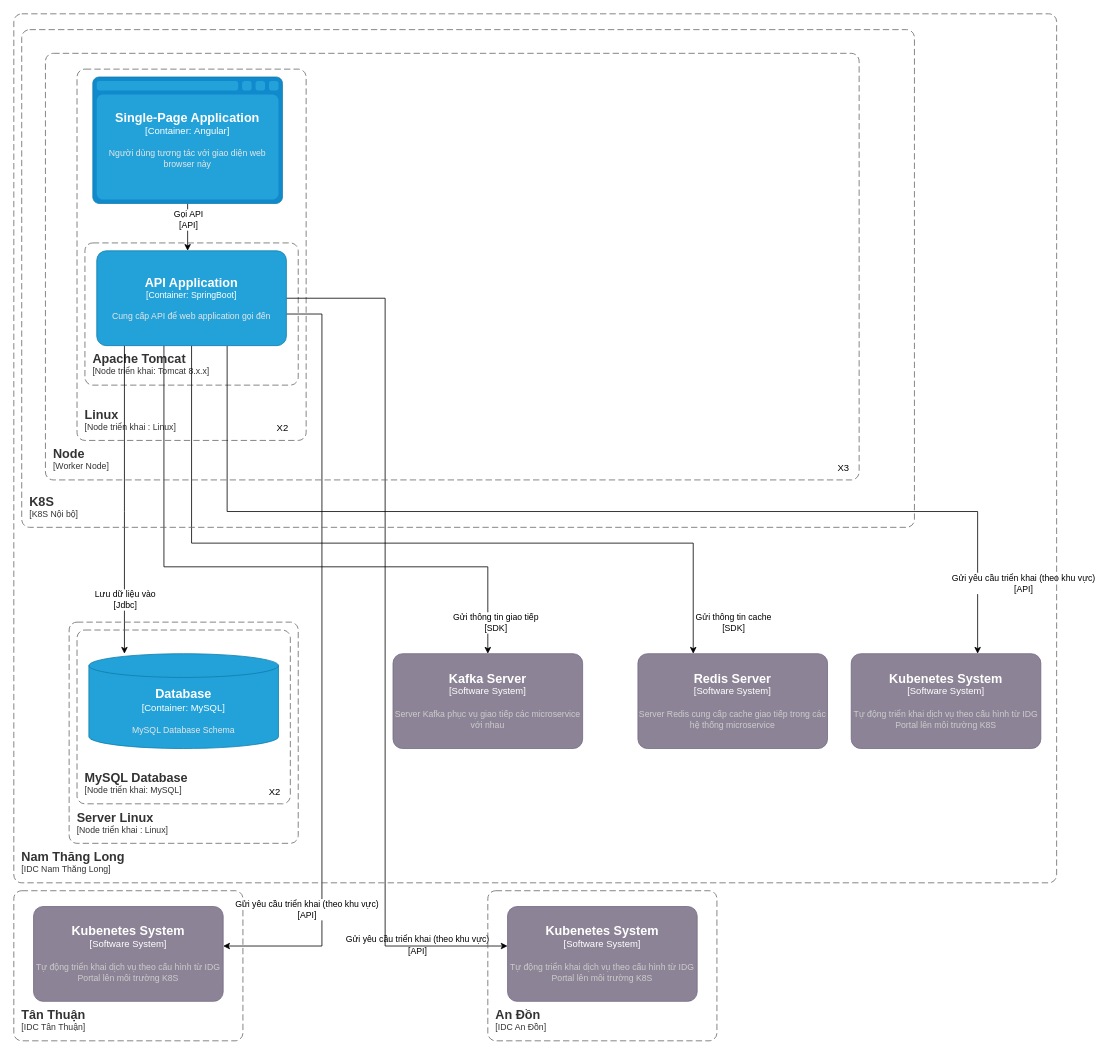
dangngocsoncntt/draw.io keeps this draw.io diagram as IdgPortal-Deployment.drawio. Above is the earlier version. Source tidied: cells renumbered, new cells numbered last; positions are measured from the earlier drawing's top-left corner, leaving out a move shared by most shapes. Both pictures are drawn from the tidied source at 79%, with x=0, y=0 at pixel (13, 13).
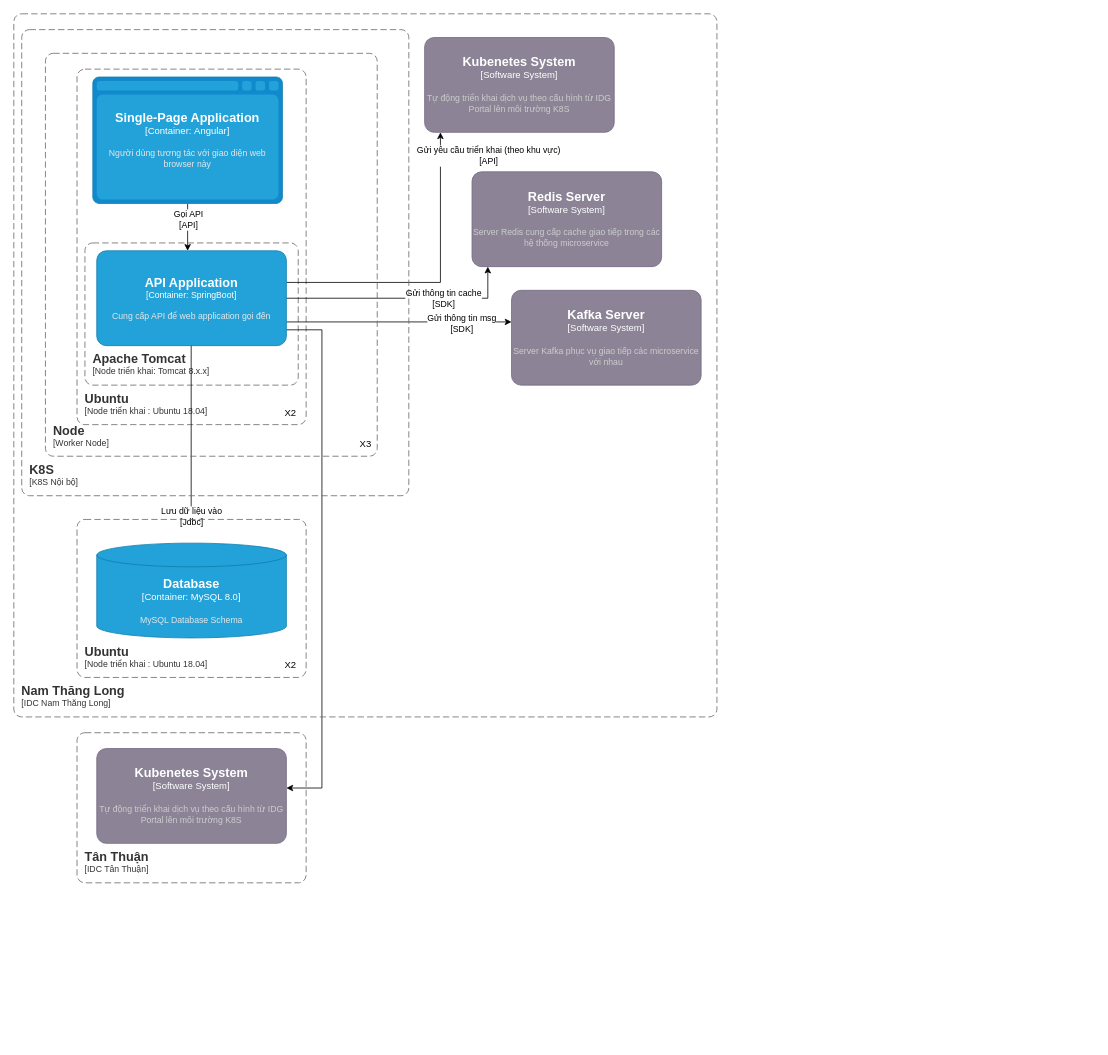
The same page after the edit.

The change refers to these unchanged cells:
```xml
<object id="19" label="&lt;font style=&quot;font-size: 16px&quot;&gt;&lt;b&gt;%c4Name%&lt;/b&gt;&lt;/font&gt;&lt;div&gt;[%c4Type%: %c4Technology%]&lt;/div&gt;&lt;br&gt;&lt;div&gt;&lt;font style=&quot;font-size: 11px&quot;&gt;&lt;font color=&quot;#E6E6E6&quot;&gt;%c4Description%&lt;/font&gt;&lt;/div&gt;" c4Description="Cung cấp API để web application gọi đến " c4Name="API Application" c4Technology="SpringBoot" c4Type="Container" placeholders="1">
  <mxCell style="rounded=1;whiteSpace=wrap;html=1;fontSize=11;labelBackgroundColor=none;fillColor=#23A2D9;fontColor=#ffffff;align=center;arcSize=10;strokeColor=#0E7DAD;points=[[0.25,0,0],[0.5,0,0],[0.75,0,0],[1,0.25,0],[1,0.5,0],[1,0.75,0],[0.75,1,0],[0.5,1,0],[0.25,1,0],[0,0.75,0],[0,0.5,0],[0,0.25,0]];" parent="1" vertex="1">
    <mxGeometry x="105" y="300" width="240" height="120" as="geometry" />
  </mxCell>
</object>
```

The edit, as a diff of the source:
```diff
@@
-    <object id="6" label="&lt;font style=&quot;font-size: 16px&quot;&gt;&lt;b&gt;&lt;div style=&quot;text-align: left&quot;&gt;%c4Name%&lt;/div&gt;&lt;/b&gt;&lt;/font&gt;&lt;div style=&quot;text-align: left&quot;&gt;[%c4Application%]&lt;/div&gt;" c4Application="Node triển khai : Linux" c4Name="Linux" placeholders="1">
+    <object id="6" label="&lt;font style=&quot;font-size: 16px&quot;&gt;&lt;b&gt;&lt;div style=&quot;text-align: left&quot;&gt;%c4Name%&lt;/div&gt;&lt;/b&gt;&lt;/font&gt;&lt;div style=&quot;text-align: left&quot;&gt;[%c4Application%]&lt;/div&gt;" c4Application="Node triển khai : Ubuntu 18.04" c4Name="Ubuntu" placeholders="1">
       <mxCell style="rounded=1;fontSize=11;whiteSpace=wrap;html=1;dashed=1;arcSize=20;fillColor=none;strokeColor=#666666;fontColor=#333333;labelBackgroundColor=none;align=left;verticalAlign=bottom;labelBorderColor=none;spacingTop=0;spacing=10;dashPattern=8 4;perimeter=rectanglePerimeter;noLabel=0;labelPadding=0;absoluteArcSize=1;" parent="1" vertex="1">
-        <mxGeometry x="80" y="70" width="290" height="470" as="geometry" />
+        <mxGeometry x="80" y="70" width="290" height="450" as="geometry" />
       </mxCell>
     </object>
-    <mxCell id="7" style="edgeStyle=orthogonalEdgeStyle;rounded=0;jettySize=auto;html=1;" parent="1" edge="1" source="19" target="22">
+    <mxCell id="7" style="edgeStyle=orthogonalEdgeStyle;rounded=0;orthogonalLoop=1;jettySize=auto;html=1;" parent="1" edge="1">
       <mxGeometry relative="1" as="geometry">
+        <mxPoint x="224.5" y="390" as="sourcePoint" />
+        <mxPoint x="224.5" y="640" as="targetPoint" />
         <Array as="points">
-          <mxPoint x="140" y="630" />
-          <mxPoint x="140" y="630" />
+          <mxPoint x="224.5" y="610" />
+          <mxPoint x="224.5" y="610" />
         </Array>
       </mxGeometry>
     </mxCell>
     <mxCell id="8" value="Lưu dữ liệu vào&lt;br&gt;[Jdbc]" style="edgeLabel;html=1;align=center;verticalAlign=middle;" parent="7" vertex="1">
       <mxGeometry x="-0.29" y="3" relative="1" as="geometry">
-        <mxPoint x="-3" y="183" as="offset" />
+        <mxPoint x="-3" y="157" as="offset" />
       </mxGeometry>
     </mxCell>
     <mxCell id="9" style="edgeStyle=orthogonalEdgeStyle;rounded=0;jettySize=auto;html=1;" parent="1" edge="1" source="19" target="29">
       <mxGeometry relative="1" as="geometry">
         <Array as="points">
-          <mxPoint x="190" y="700" />
-          <mxPoint x="600" y="700" />
+          <mxPoint x="490" y="390" />
+          <mxPoint x="490" y="390" />
         </Array>
       </mxGeometry>
     </mxCell>
-    <mxCell id="10" value="Gửi thông tin giao tiếp&lt;br&gt;[SDK]" style="edgeLabel;html=1;align=center;verticalAlign=middle;" parent="9" vertex="1">
-      <mxGeometry x="0.29" y="4" relative="1" as="geometry">
-        <mxPoint x="183" y="74" as="offset" />
-      </mxGeometry>
-    </mxCell>
+    <mxCell id="36" value="Gửi thông tin msg&lt;br&gt;[SDK]" style="edgeLabel;html=1;align=center;verticalAlign=middle;" parent="9" vertex="1">
+      <mxGeometry x="0.55" y="-1" relative="1" as="geometry" />
+    </mxCell>
     <mxCell id="11" style="edgeStyle=orthogonalEdgeStyle;rounded=0;jettySize=auto;html=1;" parent="1" edge="1" source="19" target="30">
       <mxGeometry relative="1" as="geometry">
         <Array as="points">
-          <mxPoint x="225" y="670" />
-          <mxPoint x="860" y="670" />
+          <mxPoint x="600" y="360" />
         </Array>
       </mxGeometry>
     </mxCell>
     <mxCell id="12" value="Gửi thông tin cache&lt;br&gt;[SDK]" style="edgeLabel;html=1;align=center;verticalAlign=middle;" parent="11" vertex="1">
       <mxGeometry x="0.25" y="-1" relative="1" as="geometry">
-        <mxPoint x="294" y="99" as="offset" />
+        <mxPoint x="14" y="-1" as="offset" />
       </mxGeometry>
     </mxCell>
     <mxCell id="13" style="edgeStyle=orthogonalEdgeStyle;rounded=0;jettySize=auto;html=1;" parent="1" edge="1" source="19" target="31">
       <mxGeometry relative="1" as="geometry">
         <Array as="points">
-          <mxPoint x="270" y="630" />
-          <mxPoint x="1220" y="630" />
+          <mxPoint x="540" y="340" />
         </Array>
       </mxGeometry>
     </mxCell>
     <mxCell id="14" value="Gửi yêu cầu triển khai (theo khu vực)&lt;br&gt;[API]" style="edgeLabel;html=1;align=center;verticalAlign=middle;" parent="13" vertex="1">
       <mxGeometry x="0.37" y="5" relative="1" as="geometry">
-        <mxPoint x="299" y="95" as="offset" />
+        <mxPoint x="65" y="-92" as="offset" />
       </mxGeometry>
     </mxCell>
     <mxCell id="15" style="edgeStyle=orthogonalEdgeStyle;rounded=0;jettySize=auto;html=1;" parent="1" edge="1" source="19" target="33">
       <mxGeometry relative="1" as="geometry">
         <Array as="points">
-          <mxPoint x="390" y="380" />
-          <mxPoint x="390" y="1180" />
+          <mxPoint x="390" y="400" />
+          <mxPoint x="390" y="980" />
         </Array>
       </mxGeometry>
     </mxCell>
-    <mxCell id="16" value="Gửi yêu cầu triển khai (theo khu vực)&lt;br style=&quot;border-color: var(--border-color);&quot;&gt;[API]" style="edgeLabel;html=1;align=center;verticalAlign=middle;" parent="15" vertex="1">
-      <mxGeometry x="0.53" y="-2" relative="1" as="geometry">
-        <mxPoint x="122" y="101" as="offset" />
-      </mxGeometry>
-    </mxCell>
-    <mxCell id="17" style="edgeStyle=orthogonalEdgeStyle;rounded=0;jettySize=auto;html=1;" parent="1" edge="1" source="19" target="32">
-      <mxGeometry relative="1" as="geometry">
-        <Array as="points">
-          <mxPoint x="470" y="360" />
-          <mxPoint x="470" y="1180" />
-        </Array>
-      </mxGeometry>
-    </mxCell>
-    <mxCell id="18" value="Gửi yêu cầu triển khai (theo khu vực)&lt;br style=&quot;border-color: var(--border-color);&quot;&gt;[API]" style="edgeLabel;html=1;align=center;verticalAlign=middle;" parent="17" vertex="1">
-      <mxGeometry x="0.35" y="1" relative="1" as="geometry">
-        <mxPoint x="-101" y="155" as="offset" />
-      </mxGeometry>
-    </mxCell>
@@
-    <object id="20" label="&lt;font style=&quot;font-size: 16px&quot;&gt;&lt;b&gt;&lt;div style=&quot;text-align: left&quot;&gt;%c4Name%&lt;/div&gt;&lt;/b&gt;&lt;/font&gt;&lt;div style=&quot;text-align: left&quot;&gt;[%c4Application%]&lt;/div&gt;" c4Application="Node triển khai: MySQL" c4Name="MySQL Database" placeholders="1">
-      <mxCell style="rounded=1;fontSize=11;whiteSpace=wrap;html=1;dashed=1;arcSize=20;fillColor=none;strokeColor=#666666;fontColor=#333333;labelBackgroundColor=none;align=left;verticalAlign=bottom;labelBorderColor=none;spacingTop=0;spacing=10;dashPattern=8 4;perimeter=rectanglePerimeter;noLabel=0;labelPadding=0;absoluteArcSize=1;" parent="1" vertex="1">
-        <mxGeometry x="80" y="780" width="270" height="220" as="geometry" />
-      </mxCell>
-    </object>
-    <object id="21" label="&lt;font style=&quot;font-size: 16px&quot;&gt;&lt;b&gt;&lt;div style=&quot;text-align: left&quot;&gt;%c4Name%&lt;/div&gt;&lt;/b&gt;&lt;/font&gt;&lt;div style=&quot;text-align: left&quot;&gt;[%c4Application%]&lt;/div&gt;" c4Application="Node triển khai : Linux" c4Name="Server Linux" placeholders="1">
+    <object id="21" label="&lt;font style=&quot;font-size: 16px&quot;&gt;&lt;b&gt;&lt;div style=&quot;text-align: left&quot;&gt;%c4Name%&lt;/div&gt;&lt;/b&gt;&lt;/font&gt;&lt;div style=&quot;text-align: left&quot;&gt;[%c4Application%]&lt;/div&gt;" c4Application="Node triển khai : Ubuntu 18.04" c4Name="Ubuntu" placeholders="1">
       <mxCell style="rounded=1;fontSize=11;whiteSpace=wrap;html=1;dashed=1;arcSize=20;fillColor=none;strokeColor=#666666;fontColor=#333333;labelBackgroundColor=none;align=left;verticalAlign=bottom;labelBorderColor=none;spacingTop=0;spacing=10;dashPattern=8 4;perimeter=rectanglePerimeter;noLabel=0;labelPadding=0;absoluteArcSize=1;" parent="1" vertex="1">
-        <mxGeometry x="70" y="770" width="290" height="280" as="geometry" />
+        <mxGeometry x="80" y="640" width="290" height="200" as="geometry" />
       </mxCell>
     </object>
-    <object id="22" label="&lt;font style=&quot;font-size: 16px&quot;&gt;&lt;b&gt;%c4Type%&lt;/b&gt;&lt;/font&gt;&lt;div&gt;[%c4Container%:&amp;nbsp;%c4Technology%]&lt;/div&gt;&lt;br&gt;&lt;div&gt;&lt;font style=&quot;font-size: 11px&quot;&gt;&lt;font color=&quot;#E6E6E6&quot;&gt;%c4Description%&lt;/font&gt;&lt;/div&gt;" c4Container="Container" c4Description="MySQL Database Schema" c4Technology="MySQL" c4Type="Database" placeholders="1">
+    <object id="22" label="&lt;font style=&quot;font-size: 16px&quot;&gt;&lt;b&gt;%c4Type%&lt;/b&gt;&lt;/font&gt;&lt;div&gt;[%c4Container%:&amp;nbsp;%c4Technology%]&lt;/div&gt;&lt;br&gt;&lt;div&gt;&lt;font style=&quot;font-size: 11px&quot;&gt;&lt;font color=&quot;#E6E6E6&quot;&gt;%c4Description%&lt;/font&gt;&lt;/div&gt;" c4Container="Container" c4Description="MySQL Database Schema" c4Technology="MySQL 8.0" c4Type="Database" placeholders="1">
       <mxCell style="shape=cylinder3;size=15;whiteSpace=wrap;html=1;boundedLbl=1;rounded=0;labelBackgroundColor=none;fillColor=#23A2D9;fontSize=12;fontColor=#ffffff;align=center;strokeColor=#0E7DAD;points=[[0.5,0,0],[1,0.25,0],[1,0.5,0],[1,0.75,0],[0.5,1,0],[0,0.75,0],[0,0.5,0],[0,0.25,0]];" parent="1" vertex="1">
-        <mxGeometry x="95" y="810" width="240" height="120" as="geometry" />
+        <mxGeometry x="105" y="670" width="240" height="120" as="geometry" />
       </mxCell>
     </object>
     <mxCell id="23" value="X2" style="text;html=1;align=center;verticalAlign=middle;strokeColor=none;fillColor=none;" parent="1" vertex="1">
-      <mxGeometry x="310" y="970" width="40" height="30" as="geometry" />
+      <mxGeometry x="330" y="810" width="40" height="30" as="geometry" />
     </mxCell>
     <mxCell id="24" value="X2" style="text;html=1;align=center;verticalAlign=middle;strokeColor=none;fillColor=none;" parent="1" vertex="1">
-      <mxGeometry x="320" y="510" width="40" height="30" as="geometry" />
+      <mxGeometry x="330" y="490" width="40" height="30" as="geometry" />
     </mxCell>
     <object id="25" label="&lt;font style=&quot;font-size: 16px&quot;&gt;&lt;b&gt;&lt;div style=&quot;text-align: left&quot;&gt;%c4Name%&lt;/div&gt;&lt;/b&gt;&lt;/font&gt;&lt;div style=&quot;text-align: left&quot;&gt;[%c4Application%]&lt;/div&gt;" c4Application="Worker Node" c4Name="Node" placeholders="1">
       <mxCell style="rounded=1;fontSize=11;whiteSpace=wrap;html=1;dashed=1;arcSize=20;fillColor=none;strokeColor=#666666;fontColor=#333333;labelBackgroundColor=none;align=left;verticalAlign=bottom;labelBorderColor=none;spacingTop=0;spacing=10;dashPattern=8 4;perimeter=rectanglePerimeter;noLabel=0;labelPadding=0;absoluteArcSize=1;" parent="1" vertex="1">
-        <mxGeometry x="40" y="50" width="1030" height="540" as="geometry" />
+        <mxGeometry x="40" y="50" width="420" height="510" as="geometry" />
       </mxCell>
     </object>
     <object id="26" label="&lt;font style=&quot;font-size: 16px&quot;&gt;&lt;b&gt;&lt;div style=&quot;text-align: left&quot;&gt;%c4Name%&lt;/div&gt;&lt;/b&gt;&lt;/font&gt;&lt;div style=&quot;text-align: left&quot;&gt;[%c4Application%]&lt;/div&gt;" c4Application="K8S Nội bộ" c4Name="K8S" placeholders="1">
       <mxCell style="rounded=1;fontSize=11;whiteSpace=wrap;html=1;dashed=1;arcSize=20;fillColor=none;strokeColor=#666666;fontColor=#333333;labelBackgroundColor=none;align=left;verticalAlign=bottom;labelBorderColor=none;spacingTop=0;spacing=10;dashPattern=8 4;perimeter=rectanglePerimeter;noLabel=0;labelPadding=0;absoluteArcSize=1;" parent="1" vertex="1">
-        <mxGeometry x="10" y="20" width="1130" height="630" as="geometry" />
+        <mxGeometry x="10" y="20" width="490" height="590" as="geometry" />
       </mxCell>
     </object>
     <mxCell id="27" value="X3" style="text;html=1;align=center;verticalAlign=middle;strokeColor=none;fillColor=none;" parent="1" vertex="1">
-      <mxGeometry x="1030" y="560" width="40" height="30" as="geometry" />
+      <mxGeometry x="425" y="530" width="40" height="30" as="geometry" />
     </mxCell>
     <object id="28" label="&lt;font style=&quot;font-size: 16px&quot;&gt;&lt;b&gt;&lt;div style=&quot;text-align: left&quot;&gt;%c4Name%&lt;/div&gt;&lt;/b&gt;&lt;/font&gt;&lt;div style=&quot;text-align: left&quot;&gt;[%c4Application%]&lt;/div&gt;" c4Application="IDC Nam Thăng Long" c4Name="Nam Thăng Long" placeholders="1">
       <mxCell style="rounded=1;fontSize=11;whiteSpace=wrap;html=1;dashed=1;arcSize=20;fillColor=none;strokeColor=#666666;fontColor=#333333;labelBackgroundColor=none;align=left;verticalAlign=bottom;labelBorderColor=none;spacingTop=0;spacing=10;dashPattern=8 4;perimeter=rectanglePerimeter;noLabel=0;labelPadding=0;absoluteArcSize=1;" parent="1" vertex="1">
-        <mxGeometry width="1320" height="1100" as="geometry" />
+        <mxGeometry width="890" height="890" as="geometry" />
       </mxCell>
     </object>
     <object id="29" label="&lt;font style=&quot;font-size: 16px&quot;&gt;&lt;b&gt;%c4Name%&lt;/b&gt;&lt;/font&gt;&lt;div&gt;[%c4Type%]&lt;/div&gt;&lt;br&gt;&lt;div&gt;&lt;font style=&quot;font-size: 11px&quot;&gt;&lt;font color=&quot;#cccccc&quot;&gt;%c4Description%&lt;/font&gt;&lt;/div&gt;" c4Description="Server Kafka phục vụ giao tiếp các microservice với nhau" c4Name="Kafka Server" c4Type="Software System" placeholders="1">
       <mxCell style="rounded=1;whiteSpace=wrap;html=1;labelBackgroundColor=none;fillColor=#8C8496;fontColor=#ffffff;align=center;arcSize=10;strokeColor=#736782;points=[[0.25,0,0],[0.5,0,0],[0.75,0,0],[1,0.25,0],[1,0.5,0],[1,0.75,0],[0.75,1,0],[0.5,1,0],[0.25,1,0],[0,0.75,0],[0,0.5,0],[0,0.25,0]];" parent="1" vertex="1">
-        <mxGeometry x="480" y="810" width="240" height="120" as="geometry" />
+        <mxGeometry x="630" y="350" width="240" height="120" as="geometry" />
       </mxCell>
     </object>
     <object id="30" label="&lt;font style=&quot;font-size: 16px&quot;&gt;&lt;b&gt;%c4Name%&lt;/b&gt;&lt;/font&gt;&lt;div&gt;[%c4Type%]&lt;/div&gt;&lt;br&gt;&lt;div&gt;&lt;font style=&quot;font-size: 11px&quot;&gt;&lt;font color=&quot;#cccccc&quot;&gt;%c4Description%&lt;/font&gt;&lt;/div&gt;" c4Description="Server Redis cung cấp cache giao tiếp trong các hệ thống microservice" c4Name="Redis Server" c4Type="Software System" placeholders="1">
       <mxCell style="rounded=1;whiteSpace=wrap;html=1;labelBackgroundColor=none;fillColor=#8C8496;fontColor=#ffffff;align=center;arcSize=10;strokeColor=#736782;points=[[0.25,0,0],[0.5,0,0],[0.75,0,0],[1,0.25,0],[1,0.5,0],[1,0.75,0],[0.75,1,0],[0.5,1,0],[0.25,1,0],[0,0.75,0],[0,0.5,0],[0,0.25,0]];" parent="1" vertex="1">
-        <mxGeometry x="790" y="810" width="240" height="120" as="geometry" />
+        <mxGeometry x="580" y="200" width="240" height="120" as="geometry" />
       </mxCell>
     </object>
     <object id="31" label="&lt;font style=&quot;font-size: 16px&quot;&gt;&lt;b&gt;%c4Name%&lt;/b&gt;&lt;/font&gt;&lt;div&gt;[%c4Type%]&lt;/div&gt;&lt;br&gt;&lt;div&gt;&lt;font style=&quot;font-size: 11px&quot;&gt;&lt;font color=&quot;#cccccc&quot;&gt;%c4Description%&lt;/font&gt;&lt;/div&gt;" c4Description="Tự động triển khai dịch vụ theo cấu hình từ IDG Portal lên môi trường K8S" c4Name="Kubenetes System" c4Type="Software System" placeholders="1">
       <mxCell style="rounded=1;whiteSpace=wrap;html=1;labelBackgroundColor=none;fillColor=#8C8496;fontColor=#ffffff;align=center;arcSize=10;strokeColor=#736782;points=[[0.25,0,0],[0.5,0,0],[0.75,0,0],[1,0.25,0],[1,0.5,0],[1,0.75,0],[0.75,1,0],[0.5,1,0],[0.25,1,0],[0,0.75,0],[0,0.5,0],[0,0.25,0]];" parent="1" vertex="1">
-        <mxGeometry x="1060" y="810" width="240" height="120" as="geometry" />
+        <mxGeometry x="520" y="30" width="240" height="120" as="geometry" />
       </mxCell>
     </object>
-    <object id="32" label="&lt;font style=&quot;font-size: 16px&quot;&gt;&lt;b&gt;%c4Name%&lt;/b&gt;&lt;/font&gt;&lt;div&gt;[%c4Type%]&lt;/div&gt;&lt;br&gt;&lt;div&gt;&lt;font style=&quot;font-size: 11px&quot;&gt;&lt;font color=&quot;#cccccc&quot;&gt;%c4Description%&lt;/font&gt;&lt;/div&gt;" c4Description="Tự động triển khai dịch vụ theo cấu hình từ IDG Portal lên môi trường K8S" c4Name="Kubenetes System" c4Type="Software System" placeholders="1">
-      <mxCell style="rounded=1;whiteSpace=wrap;html=1;labelBackgroundColor=none;fillColor=#8C8496;fontColor=#ffffff;align=center;arcSize=10;strokeColor=#736782;points=[[0.25,0,0],[0.5,0,0],[0.75,0,0],[1,0.25,0],[1,0.5,0],[1,0.75,0],[0.75,1,0],[0.5,1,0],[0.25,1,0],[0,0.75,0],[0,0.5,0],[0,0.25,0]];" parent="1" vertex="1">
-        <mxGeometry x="625" y="1130" width="240" height="120" as="geometry" />
-      </mxCell>
-    </object>
     <object id="33" label="&lt;font style=&quot;font-size: 16px&quot;&gt;&lt;b&gt;%c4Name%&lt;/b&gt;&lt;/font&gt;&lt;div&gt;[%c4Type%]&lt;/div&gt;&lt;br&gt;&lt;div&gt;&lt;font style=&quot;font-size: 11px&quot;&gt;&lt;font color=&quot;#cccccc&quot;&gt;%c4Description%&lt;/font&gt;&lt;/div&gt;" c4Description="Tự động triển khai dịch vụ theo cấu hình từ IDG Portal lên môi trường K8S" c4Name="Kubenetes System" c4Type="Software System" placeholders="1">
       <mxCell style="rounded=1;whiteSpace=wrap;html=1;labelBackgroundColor=none;fillColor=#8C8496;fontColor=#ffffff;align=center;arcSize=10;strokeColor=#736782;points=[[0.25,0,0],[0.5,0,0],[0.75,0,0],[1,0.25,0],[1,0.5,0],[1,0.75,0],[0.75,1,0],[0.5,1,0],[0.25,1,0],[0,0.75,0],[0,0.5,0],[0,0.25,0]];" parent="1" vertex="1">
-        <mxGeometry x="25" y="1130" width="240" height="120" as="geometry" />
+        <mxGeometry x="105" y="930" width="240" height="120" as="geometry" />
       </mxCell>
     </object>
     <object id="34" label="&lt;font style=&quot;font-size: 16px&quot;&gt;&lt;b&gt;&lt;div style=&quot;text-align: left&quot;&gt;%c4Name%&lt;/div&gt;&lt;/b&gt;&lt;/font&gt;&lt;div style=&quot;text-align: left&quot;&gt;[%c4Application%]&lt;/div&gt;" c4Application="IDC Tân Thuận" c4Name="Tân Thuận" placeholders="1">
       <mxCell style="rounded=1;fontSize=11;whiteSpace=wrap;html=1;dashed=1;arcSize=20;fillColor=none;strokeColor=#666666;fontColor=#333333;labelBackgroundColor=none;align=left;verticalAlign=bottom;labelBorderColor=none;spacingTop=0;spacing=10;dashPattern=8 4;perimeter=rectanglePerimeter;noLabel=0;labelPadding=0;absoluteArcSize=1;" parent="1" vertex="1">
-        <mxGeometry y="1110" width="290" height="190" as="geometry" />
+        <mxGeometry x="80" y="910" width="290" height="190" as="geometry" />
       </mxCell>
     </object>
-    <object id="35" label="&lt;font style=&quot;font-size: 16px&quot;&gt;&lt;b&gt;&lt;div style=&quot;text-align: left&quot;&gt;%c4Name%&lt;/div&gt;&lt;/b&gt;&lt;/font&gt;&lt;div style=&quot;text-align: left&quot;&gt;[%c4Application%]&lt;/div&gt;" c4Application="IDC An Đồn" c4Name="An Đồn" placeholders="1">
-      <mxCell style="rounded=1;fontSize=11;whiteSpace=wrap;html=1;dashed=1;arcSize=20;fillColor=none;strokeColor=#666666;fontColor=#333333;labelBackgroundColor=none;align=left;verticalAlign=bottom;labelBorderColor=none;spacingTop=0;spacing=10;dashPattern=8 4;perimeter=rectanglePerimeter;noLabel=0;labelPadding=0;absoluteArcSize=1;" parent="1" vertex="1">
-        <mxGeometry x="600" y="1110" width="290" height="190" as="geometry" />
-      </mxCell>
-    </object>
```
